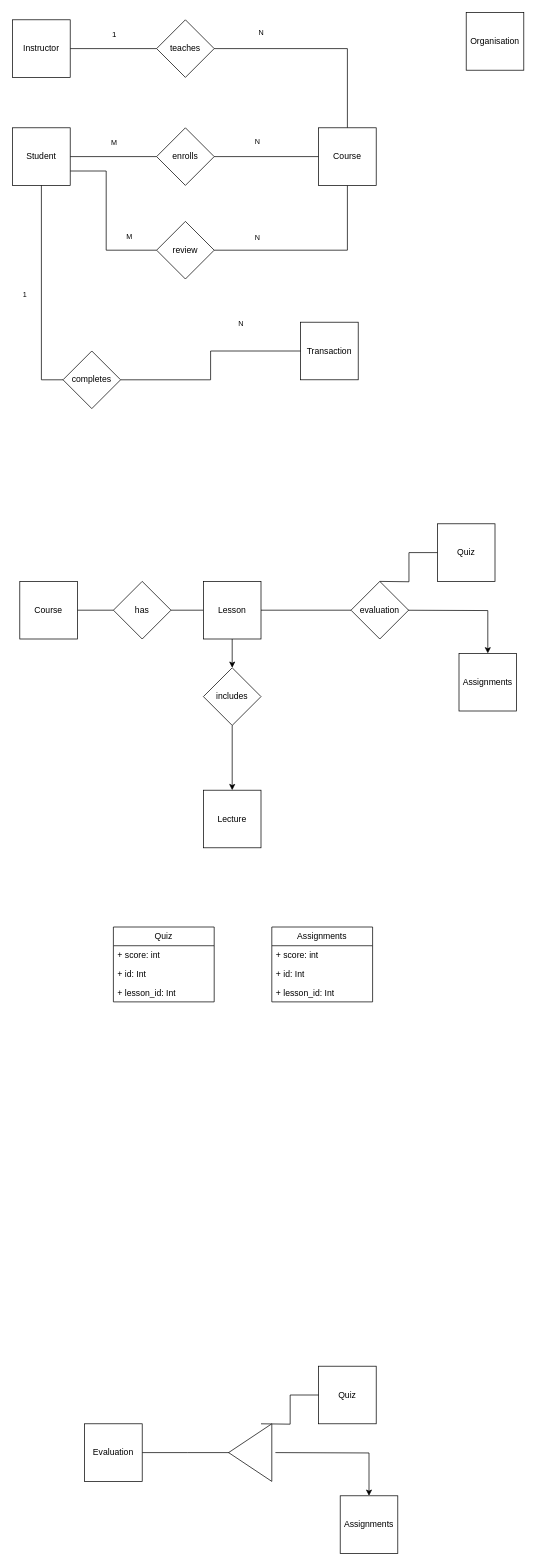
Before: ER.drawio in charisvt/edulink, a draw.io diagram. Source tidied: cells renumbered, new cells numbered last; positions are measured from the earlier drawing's top-left corner, leaving out a move shared by most shapes. Both pictures are drawn from the tidied source at 72%, with x=0, y=0 at pixel (12, 12).
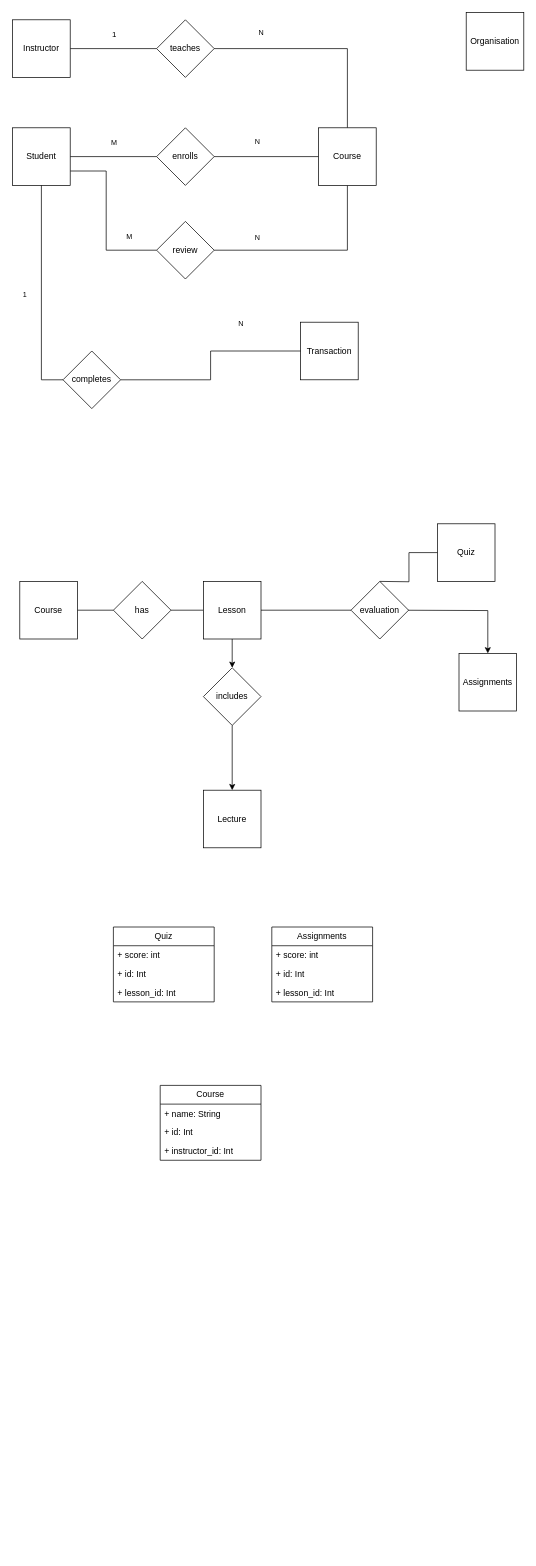
The same diagram, later.

Diff of the diagram source:
```diff
@@
-    <mxCell id="42" value="Quiz" style="whiteSpace=wrap;html=1;" parent="1" vertex="1">
-      <mxGeometry x="425" y="1880" width="80" height="80" as="geometry" />
-    </mxCell>
-    <mxCell id="43" value="Assignments" style="whiteSpace=wrap;html=1;" parent="1" vertex="1">
-      <mxGeometry x="455" y="2060" width="80" height="80" as="geometry" />
-    </mxCell>
-    <mxCell id="44" style="edgeStyle=orthogonalEdgeStyle;rounded=0;jettySize=auto;html=1;entryX=1;entryY=0.5;entryDx=0;entryDy=0;endArrow=none;endFill=0;" parent="1" edge="1" source="45">
-      <mxGeometry relative="1" as="geometry">
-        <mxPoint x="305" y="2000" as="targetPoint" />
-      </mxGeometry>
-    </mxCell>
-    <mxCell id="45" value="Evaluation" style="whiteSpace=wrap;html=1;" parent="1" vertex="1">
-      <mxGeometry x="100" y="1960" width="80" height="80" as="geometry" />
-    </mxCell>
-    <mxCell id="46" style="edgeStyle=orthogonalEdgeStyle;rounded=0;jettySize=auto;html=1;exitX=0;exitY=0.5;exitDx=0;exitDy=0;entryX=0.5;entryY=0;entryDx=0;entryDy=0;" parent="1" edge="1" target="43">
-      <mxGeometry relative="1" as="geometry">
-        <mxPoint x="365" y="2000" as="sourcePoint" />
-      </mxGeometry>
-    </mxCell>
-    <mxCell id="47" style="edgeStyle=orthogonalEdgeStyle;rounded=0;jettySize=auto;html=1;exitX=0.5;exitY=0;exitDx=0;exitDy=0;endArrow=none;endFill=0;" parent="1" edge="1" target="42">
-      <mxGeometry relative="1" as="geometry">
-        <mxPoint x="345" y="1960" as="sourcePoint" />
-      </mxGeometry>
-    </mxCell>
-    <mxCell id="48" style="triangle;whiteSpace=wrap;html=1;direction=west;" parent="1" vertex="1">
-      <mxGeometry x="300" y="1960" width="60" height="80" as="geometry" />
-    </mxCell>
@@
+    <mxCell id="57" value="Course" style="swimlane;fontStyle=0;horizontal=1;startSize=26;fillColor=none;whiteSpace=wrap;html=1;" parent="1" vertex="1">
+      <mxGeometry x="205" y="1490" width="140" height="104" as="geometry" />
+    </mxCell>
+    <mxCell id="58" value="+ name: String" style="text;strokeColor=none;fillColor=none;align=left;verticalAlign=top;spacingLeft=4;spacingRight=4;overflow=hidden;whiteSpace=wrap;html=1;" parent="57" vertex="1">
+      <mxGeometry y="26" width="140" height="26" as="geometry" />
+    </mxCell>
+    <mxCell id="59" value="+ id: Int" style="text;strokeColor=none;fillColor=none;align=left;verticalAlign=top;spacingLeft=4;spacingRight=4;overflow=hidden;whiteSpace=wrap;html=1;" parent="57" vertex="1">
+      <mxGeometry y="52" width="140" height="26" as="geometry" />
+    </mxCell>
+    <mxCell id="60" value="+ instructor_id: Int" style="text;strokeColor=none;fillColor=none;align=left;verticalAlign=top;spacingLeft=4;spacingRight=4;overflow=hidden;whiteSpace=wrap;html=1;" parent="57" vertex="1">
+      <mxGeometry y="78" width="140" height="26" as="geometry" />
+    </mxCell>
```
